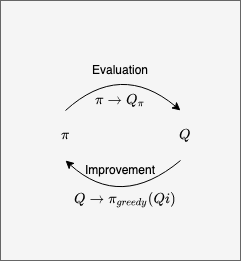
Above: src/diagrams/eval_improvement.png in analytiq-hub/sigagent.github.io (draw.io), before the change. Source tidied: cells renumbered, new cells last; positions are measured from the earlier drawing's top-left corner, leaving out a move shared by most shapes. Its diagram source:
```xml
<mxGraphModel math="1">
  <root>
    <mxCell id="0" />
    <mxCell id="1" parent="0" />
    <mxCell id="2" style="rounded=0;whiteSpace=wrap;html=1;fillColor=#f5f5f5;strokeColor=#666666;fontColor=#333333;" parent="1" vertex="1">
      <mxGeometry width="240" height="260" as="geometry" />
    </mxCell>
    <mxCell id="3" value="$$\pi$$" style="text;html=1;strokeColor=none;fillColor=none;align=center;verticalAlign=middle;whiteSpace=wrap;rounded=0;" parent="1" vertex="1">
      <mxGeometry x="40" y="120" width="50" height="30" as="geometry" />
    </mxCell>
    <mxCell id="4" value="$$Q$$" style="text;html=1;strokeColor=none;fillColor=none;align=center;verticalAlign=middle;whiteSpace=wrap;rounded=0;" parent="1" vertex="1">
      <mxGeometry x="160" y="120" width="50" height="30" as="geometry" />
    </mxCell>
    <mxCell id="5" style="endArrow=classic;html=1;curved=1;" parent="1" edge="1">
      <mxGeometry relative="1" as="geometry">
        <mxPoint x="65" y="110" as="sourcePoint" />
        <mxPoint x="180" y="110" as="targetPoint" />
        <Array as="points">
          <mxPoint x="120" y="60" />
        </Array>
      </mxGeometry>
    </mxCell>
    <mxCell id="6" style="endArrow=classic;html=1;curved=1;" parent="1" edge="1">
      <mxGeometry relative="1" as="geometry">
        <mxPoint x="180" y="160" as="sourcePoint" />
        <mxPoint x="65" y="160" as="targetPoint" />
        <Array as="points">
          <mxPoint x="120" y="210" />
        </Array>
      </mxGeometry>
    </mxCell>
    <mxCell id="7" value="Evaluation" style="text;html=1;strokeColor=none;fillColor=none;align=center;verticalAlign=middle;whiteSpace=wrap;rounded=0;" parent="1" vertex="1">
      <mxGeometry x="85" y="60" width="70" height="20" as="geometry" />
    </mxCell>
    <mxCell id="8" value="Improvement" style="text;html=1;strokeColor=none;fillColor=none;align=center;verticalAlign=middle;whiteSpace=wrap;rounded=0;" parent="1" vertex="1">
      <mxGeometry x="85" y="160" width="70" height="20" as="geometry" />
    </mxCell>
    <mxCell id="9" value="$$\pi \rightarrow Q_\pi$$" style="text;html=1;strokeColor=none;fillColor=none;align=center;verticalAlign=middle;whiteSpace=wrap;rounded=0;" parent="1" vertex="1">
      <mxGeometry x="85" y="90" width="70" height="20" as="geometry" />
    </mxCell>
    <mxCell id="10" value="$$Q \rightarrow \pi_{greedy}(Qi)$$" style="text;html=1;strokeColor=none;fillColor=none;align=center;verticalAlign=middle;whiteSpace=wrap;rounded=0;" parent="1" vertex="1">
      <mxGeometry x="90" y="190" width="70" height="20" as="geometry" />
    </mxCell>
  </root>
</mxGraphModel>
```
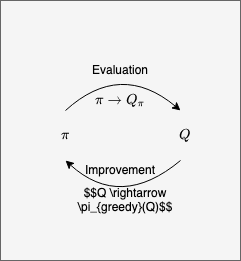
The same diagram one commit later.

What changed in the source:
```diff
@@ -38,7 +38,7 @@
     <mxCell id="9" value="$$\pi \rightarrow Q_\pi$$" style="text;html=1;strokeColor=none;fillColor=none;align=center;verticalAlign=middle;whiteSpace=wrap;rounded=0;" parent="1" vertex="1">
       <mxGeometry x="85" y="90" width="70" height="20" as="geometry" />
     </mxCell>
-    <mxCell id="10" value="$$Q \rightarrow \pi_{greedy}(Qi)$$" style="text;html=1;strokeColor=none;fillColor=none;align=center;verticalAlign=middle;whiteSpace=wrap;rounded=0;" parent="1" vertex="1">
+    <mxCell id="10" value="$$Q \rightarrow \pi_{greedy}(Q)$$" style="text;html=1;strokeColor=none;fillColor=none;align=center;verticalAlign=middle;whiteSpace=wrap;rounded=0;" parent="1" vertex="1">
       <mxGeometry x="90" y="190" width="70" height="20" as="geometry" />
     </mxCell>
   </root>
```
